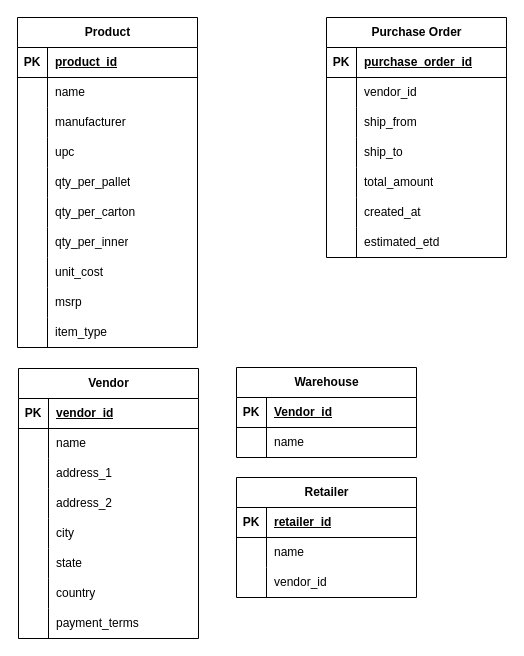
Before: Database.drawio in seunghoonkim1/Database, a draw.io diagram. Source tidied: cells renumbered, new cells numbered last; positions are measured from the earlier drawing's top-left corner, leaving out a move shared by most shapes. Both pictures are drawn from the tidied source at 100%, with x=0, y=0 at pixel (17, 17).
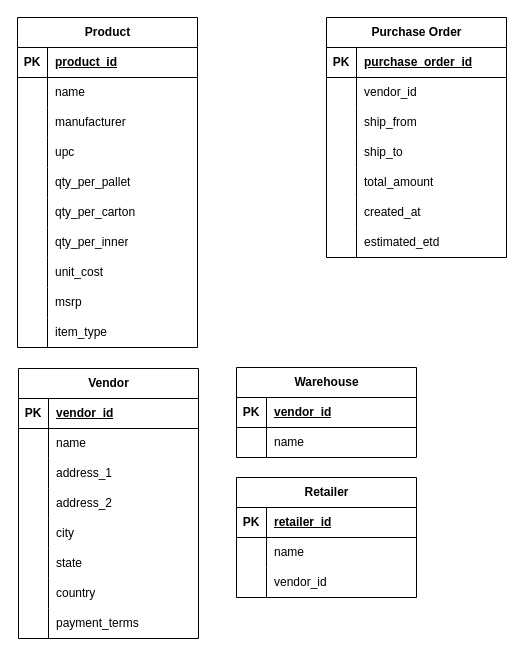
The same page after the edit.

Unchanged cells that the change refers to:
```xml
<mxCell id="81" style="shape=tableRow;horizontal=0;startSize=0;swimlaneHead=0;swimlaneBody=0;fillColor=none;top=0;left=0;right=0;bottom=1;" parent="80" vertex="1">
  <mxGeometry y="30" width="180" height="30" as="geometry" />
</mxCell>
```

Diff of the diagram source:
```diff
@@
-    <mxCell id="83" value="Vendor_id" style="shape=partialRectangle;fillColor=none;top=0;left=0;bottom=0;right=0;align=left;spacingLeft=6;fontStyle=5;overflow=hidden;whiteSpace=wrap;html=1;" parent="81" vertex="1">
+    <mxCell id="83" value="vendor_id" style="shape=partialRectangle;fillColor=none;top=0;left=0;bottom=0;right=0;align=left;spacingLeft=6;fontStyle=5;overflow=hidden;whiteSpace=wrap;html=1;" parent="81" vertex="1">
       <mxGeometry x="30" width="150" height="30" as="geometry" />
     </mxCell>
```
